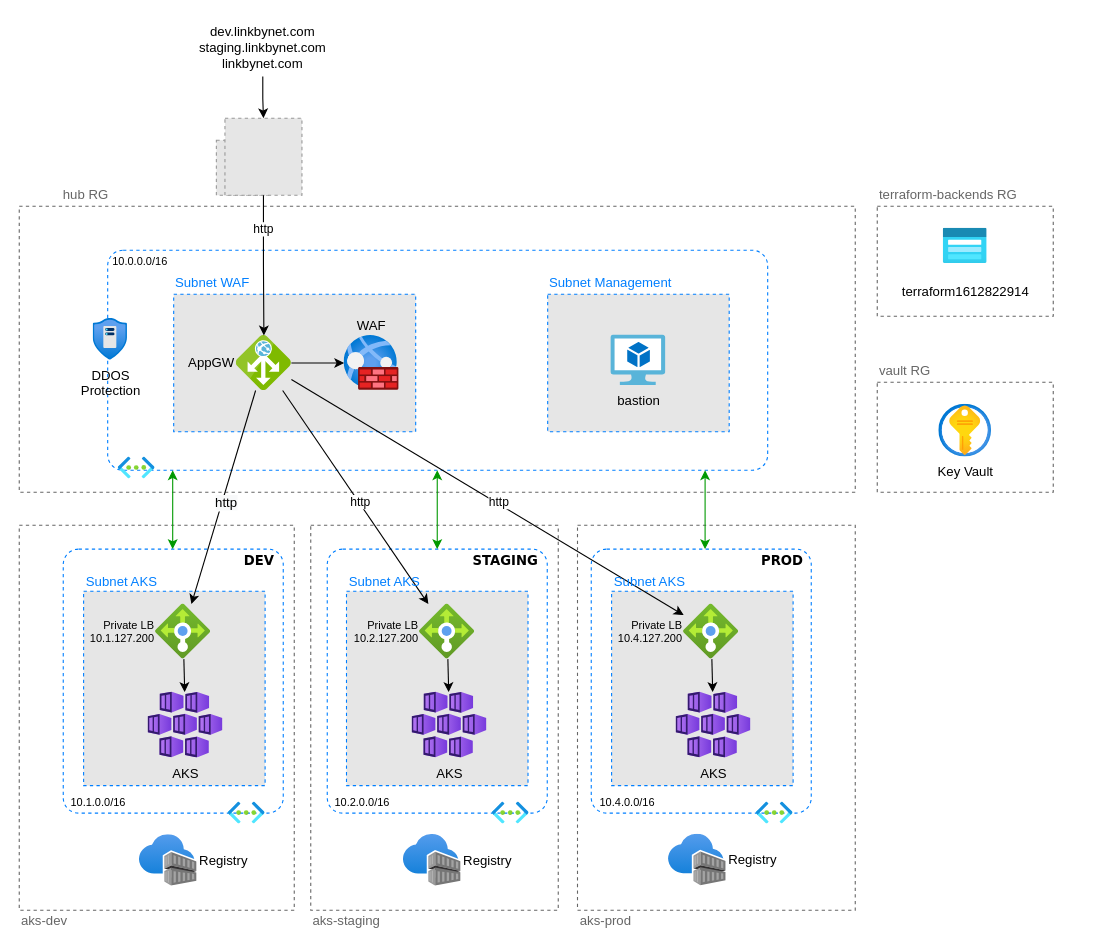
This is docs/img/archi.drawio from end-of-game/hub-and-spoke-aks, a draw.io file, before an edit. Source tidied: cells renumbered, new cells numbered last; positions are measured from the earlier drawing's top-left corner, leaving out a move shared by most shapes. Both pictures are drawn from the tidied source at 110%, with x=0, y=0 at pixel (19, 19). Pictures stored in the file or linked from it are replaced by grey dashed boxes.
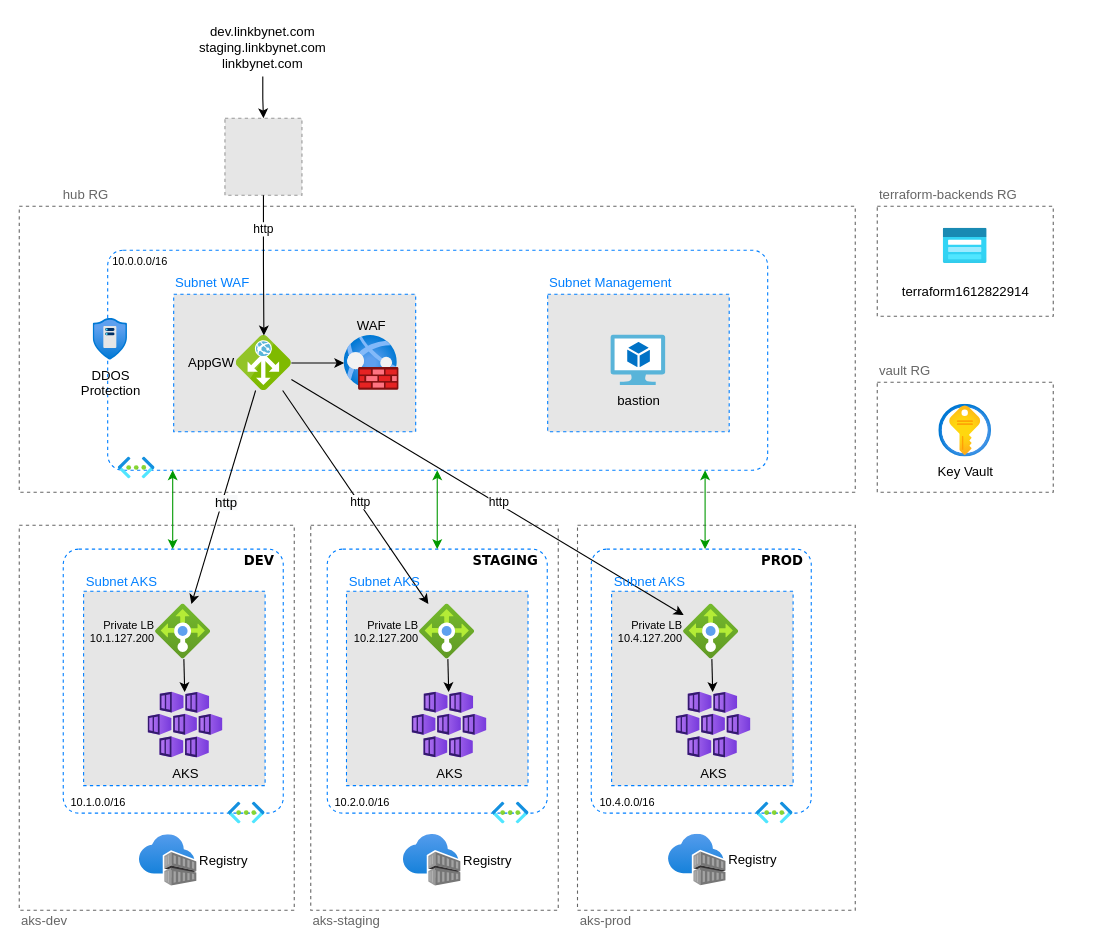
The same diagram, later.

Change to the diagram source:
```diff
@@
-    <mxCell id="23" style="fillColor=#E6E6E6;strokeColor=#999999;dashed=1;html=1;verticalAlign=top;verticalLabelPosition=bottom;labelBackgroundColor=#ffffff;" parent="1" vertex="1">
-      <mxGeometry x="179.2" y="110" width="50" height="50" as="geometry" />
-    </mxCell>
```
